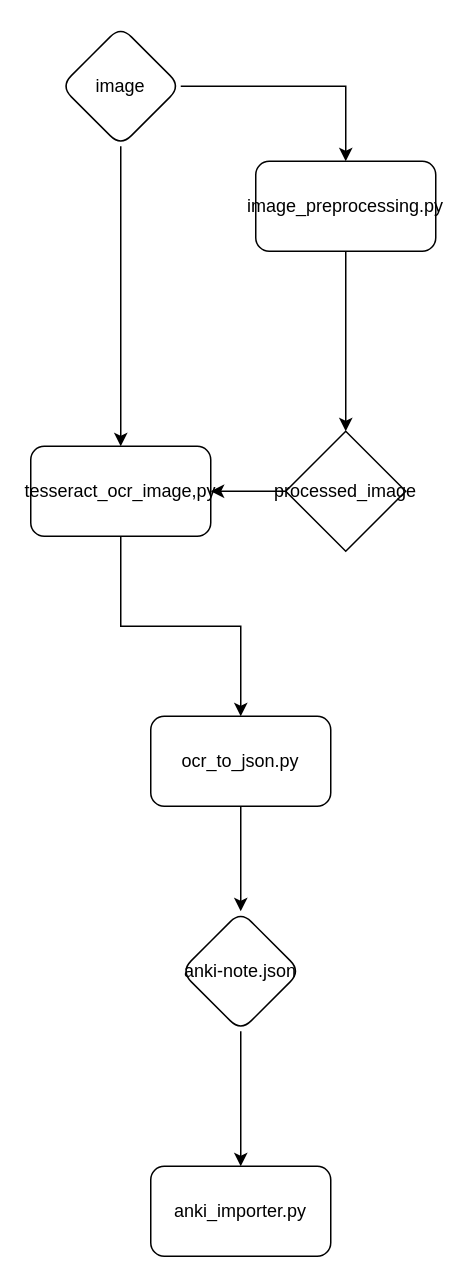
Before: ocr-to-anki.drawio in stradichenko/ocr-to-anki, a draw.io diagram. Source tidied: cells renumbered, new cells numbered last; positions are measured from the earlier drawing's top-left corner, leaving out a move shared by most shapes. Both pictures are drawn from the tidied source at 150%, with x=0, y=0 at pixel (30, 26).
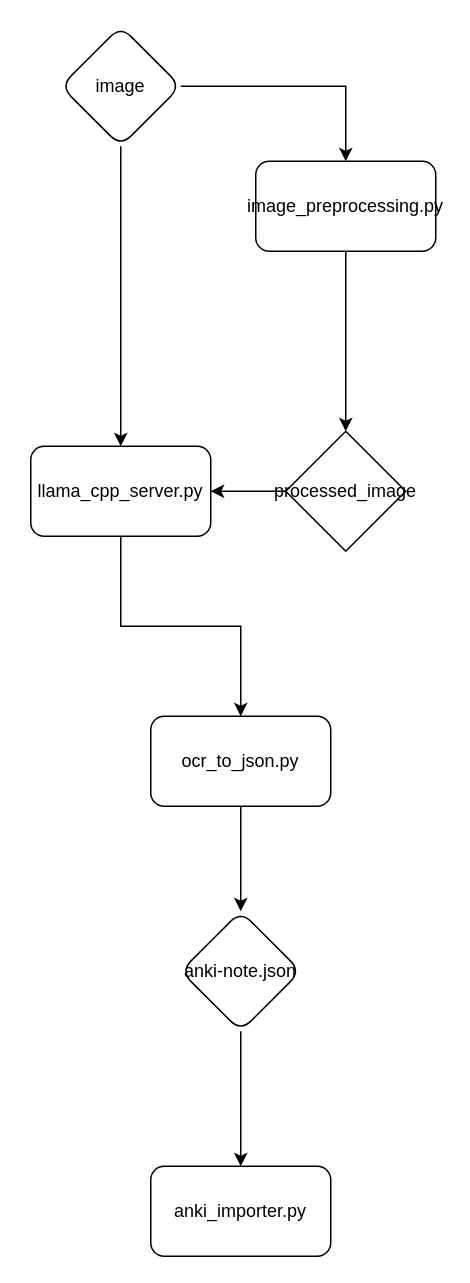
Above is the later version.

Change to the diagram source:
```diff
@@
 <mxGraphModel>
   <root>
     <mxCell id="0" />
     <mxCell id="1" parent="0" />
     <mxCell id="2" style="edgeStyle=orthogonalEdgeStyle;rounded=0;jettySize=auto;html=1;" parent="1" edge="1" source="3" target="5">
       <mxGeometry relative="1" as="geometry" />
     </mxCell>
     <mxCell id="3" value="ocr_to_json.py" style="rounded=1;whiteSpace=wrap;html=1;" parent="1" vertex="1">
       <mxGeometry x="80" y="460" width="120" height="60" as="geometry" />
     </mxCell>
     <mxCell id="4" style="edgeStyle=orthogonalEdgeStyle;rounded=0;jettySize=auto;html=1;" parent="1" edge="1" source="5" target="6">
       <mxGeometry relative="1" as="geometry" />
     </mxCell>
     <mxCell id="5" value="anki-note.json" style="rhombus;whiteSpace=wrap;html=1;rounded=1;" parent="1" vertex="1">
       <mxGeometry x="100" y="590" width="80" height="80" as="geometry" />
     </mxCell>
     <mxCell id="6" value="anki_importer.py" style="whiteSpace=wrap;html=1;rounded=1;" parent="1" vertex="1">
       <mxGeometry x="80" y="760" width="120" height="60" as="geometry" />
     </mxCell>
     <mxCell id="7" style="edgeStyle=orthogonalEdgeStyle;rounded=0;jettySize=auto;html=1;" parent="1" edge="1" source="8" target="3">
       <mxGeometry relative="1" as="geometry" />
     </mxCell>
-    <mxCell id="8" value="tesseract_ocr_image,py" style="rounded=1;whiteSpace=wrap;html=1;" parent="1" vertex="1">
+    <mxCell id="8" value="llama_cpp_server.py" style="rounded=1;whiteSpace=wrap;html=1;" parent="1" vertex="1">
       <mxGeometry y="280" width="120" height="60" as="geometry" />
     </mxCell>
     <mxCell id="9" style="edgeStyle=orthogonalEdgeStyle;rounded=0;jettySize=auto;html=1;" parent="1" edge="1" source="11" target="13">
       <mxGeometry relative="1" as="geometry" />
     </mxCell>
     <mxCell id="10" style="edgeStyle=orthogonalEdgeStyle;rounded=0;jettySize=auto;html=1;exitX=0.5;exitY=1;exitDx=0;exitDy=0;" parent="1" edge="1" source="11" target="8">
       <mxGeometry relative="1" as="geometry" />
     </mxCell>
     <mxCell id="11" value="image" style="rhombus;whiteSpace=wrap;html=1;rounded=1;" parent="1" vertex="1">
       <mxGeometry x="20" width="80" height="80" as="geometry" />
     </mxCell>
     <mxCell id="12" style="edgeStyle=orthogonalEdgeStyle;rounded=0;jettySize=auto;html=1;" parent="1" edge="1" source="13" target="15">
       <mxGeometry relative="1" as="geometry" />
     </mxCell>
     <mxCell id="13" value="image_preprocessing.py" style="whiteSpace=wrap;html=1;rounded=1;" parent="1" vertex="1">
       <mxGeometry x="150" y="90" width="120" height="60" as="geometry" />
     </mxCell>
     <mxCell id="14" style="edgeStyle=orthogonalEdgeStyle;rounded=0;jettySize=auto;html=1;" parent="1" edge="1" source="15" target="8">
       <mxGeometry relative="1" as="geometry" />
     </mxCell>
     <mxCell id="15" value="processed_image" style="rhombus;whiteSpace=wrap;html=1;rounded=1;arcSize=0;" parent="1" vertex="1">
       <mxGeometry x="170" y="270" width="80" height="80" as="geometry" />
     </mxCell>
   </root>
 </mxGraphModel>
```
